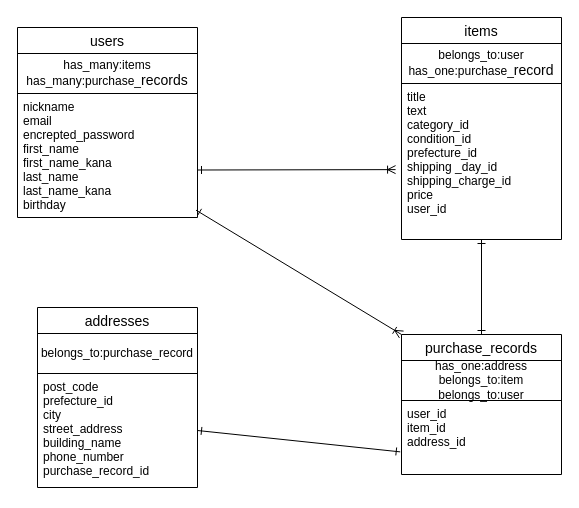
Before: ER.dio in becko629/furima-39392, a draw.io diagram. Source tidied: cells renumbered, new cells numbered last; positions are measured from the earlier drawing's top-left corner, leaving out a move shared by most shapes. Both pictures are drawn from the tidied source at 100%, with x=0, y=0 at pixel (17, 17).
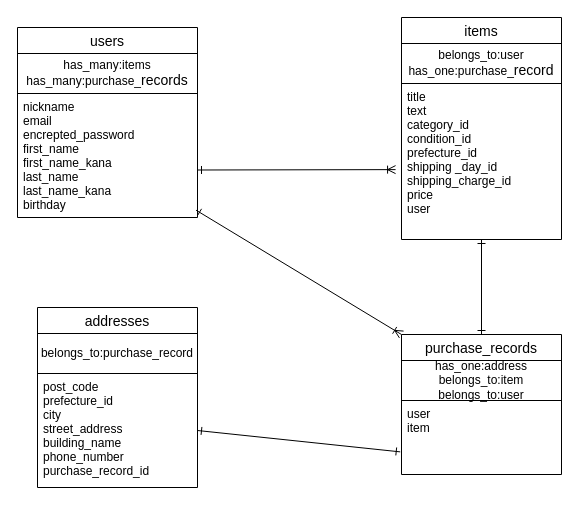
The same page after the edit.

Commit message (it also covers changes not shown here):
ER図、READMEの設計の修正3

Diff of the diagram source:
```diff
@@
 <mxGraphModel>
   <root>
     <mxCell id="0" />
     <mxCell id="1" parent="0" />
     <mxCell id="2" style="html=1;exitX=1;exitY=0.75;exitDx=0;exitDy=0;entryX=-0.037;entryY=0.552;entryDx=0;entryDy=0;entryPerimeter=0;startArrow=ERone;startFill=0;endArrow=ERoneToMany;endFill=0;" parent="1" edge="1" source="3" target="12">
       <mxGeometry relative="1" as="geometry" />
     </mxCell>
     <mxCell id="3" value="users" style="swimlane;fontStyle=0;horizontal=1;startSize=26;align=center;fontSize=14;" parent="1" vertex="1">
       <mxGeometry y="10" width="180" height="190" as="geometry" />
     </mxCell>
     <mxCell id="4" value="has_many:items&lt;br&gt;has_many:purchase_&lt;span style=&quot;font-size: 14px;&quot;&gt;records&lt;/span&gt;" style="whiteSpace=wrap;html=1;align=center;" parent="3" vertex="1">
       <mxGeometry y="26" width="180" height="40" as="geometry" />
     </mxCell>
     <mxCell id="5" value="nickname&#10;email&#10;encrepted_password&#10;first_name&#10;first_name_kana&#10;last_name&#10;last_name_kana&#10;birthday" style="text;strokeColor=none;fillColor=none;spacingLeft=4;spacingRight=4;overflow=hidden;points=[[0,0.5],[1,0.5]];portConstraint=eastwest;fontSize=12;" parent="3" vertex="1">
       <mxGeometry y="66" width="180" height="124" as="geometry" />
     </mxCell>
     <mxCell id="6" value="addresses" style="swimlane;fontStyle=0;horizontal=1;startSize=26;align=center;fontSize=14;" parent="1" vertex="1">
       <mxGeometry x="20" y="290" width="160" height="180" as="geometry" />
     </mxCell>
     <mxCell id="7" value="belongs_to:purchase_record" style="whiteSpace=wrap;html=1;align=center;" parent="6" vertex="1">
       <mxGeometry y="26" width="160" height="40" as="geometry" />
     </mxCell>
     <mxCell id="8" value="post_code&#10;prefecture_id&#10;city&#10;street_address&#10;building_name&#10;phone_number&#10;purchase_record_id" style="text;strokeColor=none;fillColor=none;spacingLeft=4;spacingRight=4;overflow=hidden;points=[[0,0.5],[1,0.5]];portConstraint=eastwest;fontSize=12;" parent="6" vertex="1">
       <mxGeometry y="66" width="160" height="114" as="geometry" />
     </mxCell>
     <mxCell id="9" style="edgeStyle=none;html=1;exitX=0.5;exitY=1;exitDx=0;exitDy=0;entryX=0.5;entryY=0;entryDx=0;entryDy=0;startArrow=ERone;startFill=0;endArrow=ERone;endFill=0;" parent="1" edge="1" source="10" target="14">
       <mxGeometry relative="1" as="geometry" />
     </mxCell>
     <mxCell id="10" value="items" style="swimlane;fontStyle=0;horizontal=1;startSize=26;align=center;fontSize=14;" parent="1" vertex="1">
       <mxGeometry x="384" width="160" height="222" as="geometry" />
     </mxCell>
     <mxCell id="11" value="belongs_to:user&lt;br&gt;has_one:purchase_&lt;span style=&quot;font-size: 14px;&quot;&gt;record&lt;/span&gt;" style="whiteSpace=wrap;html=1;align=center;" parent="10" vertex="1">
       <mxGeometry y="26" width="160" height="40" as="geometry" />
     </mxCell>
-    <mxCell id="12" value="title&#10;text&#10;category_id&#10;condition_id&#10;prefecture_id&#10;shipping _day_id&#10;shipping_charge_id&#10;price&#10;user_id" style="text;strokeColor=none;fillColor=none;spacingLeft=4;spacingRight=4;overflow=hidden;points=[[0,0.5],[1,0.5]];portConstraint=eastwest;fontSize=12;" parent="10" vertex="1">
+    <mxCell id="12" value="title&#10;text&#10;category_id&#10;condition_id&#10;prefecture_id&#10;shipping _day_id&#10;shipping_charge_id&#10;price&#10;user" style="text;strokeColor=none;fillColor=none;spacingLeft=4;spacingRight=4;overflow=hidden;points=[[0,0.5],[1,0.5]];portConstraint=eastwest;fontSize=12;" parent="10" vertex="1">
       <mxGeometry y="66" width="160" height="156" as="geometry" />
     </mxCell>
     <mxCell id="13" style="edgeStyle=none;html=1;exitX=0;exitY=0;exitDx=0;exitDy=0;entryX=0.992;entryY=0.941;entryDx=0;entryDy=0;entryPerimeter=0;startArrow=ERoneToMany;startFill=0;endArrow=ERone;endFill=0;" parent="1" edge="1" source="14" target="5">
       <mxGeometry relative="1" as="geometry" />
     </mxCell>
     <mxCell id="14" value="purchase_records" style="swimlane;fontStyle=0;horizontal=1;startSize=26;align=center;fontSize=14;" parent="1" vertex="1">
       <mxGeometry x="384" y="317" width="160" height="140" as="geometry" />
     </mxCell>
     <mxCell id="15" value="has_one:address&lt;br&gt;belongs_to:item&lt;br&gt;belongs_to:user" style="whiteSpace=wrap;html=1;align=center;" parent="14" vertex="1">
       <mxGeometry y="26" width="160" height="40" as="geometry" />
     </mxCell>
-    <mxCell id="16" value="user_id&#10;item_id&#10;address_id" style="text;strokeColor=none;fillColor=none;spacingLeft=4;spacingRight=4;overflow=hidden;points=[[0,0.5],[1,0.5]];portConstraint=eastwest;fontSize=12;" parent="14" vertex="1">
+    <mxCell id="16" value="user&#10;item" style="text;strokeColor=none;fillColor=none;spacingLeft=4;spacingRight=4;overflow=hidden;points=[[0,0.5],[1,0.5]];portConstraint=eastwest;fontSize=12;" parent="14" vertex="1">
       <mxGeometry y="66" width="160" height="74" as="geometry" />
     </mxCell>
     <mxCell id="17" style="edgeStyle=none;html=1;exitX=1;exitY=0.5;exitDx=0;exitDy=0;entryX=-0.008;entryY=0.694;entryDx=0;entryDy=0;entryPerimeter=0;startArrow=ERone;startFill=0;endArrow=ERone;endFill=0;" parent="1" edge="1" source="8" target="16">
       <mxGeometry relative="1" as="geometry" />
     </mxCell>
   </root>
 </mxGraphModel>
```
